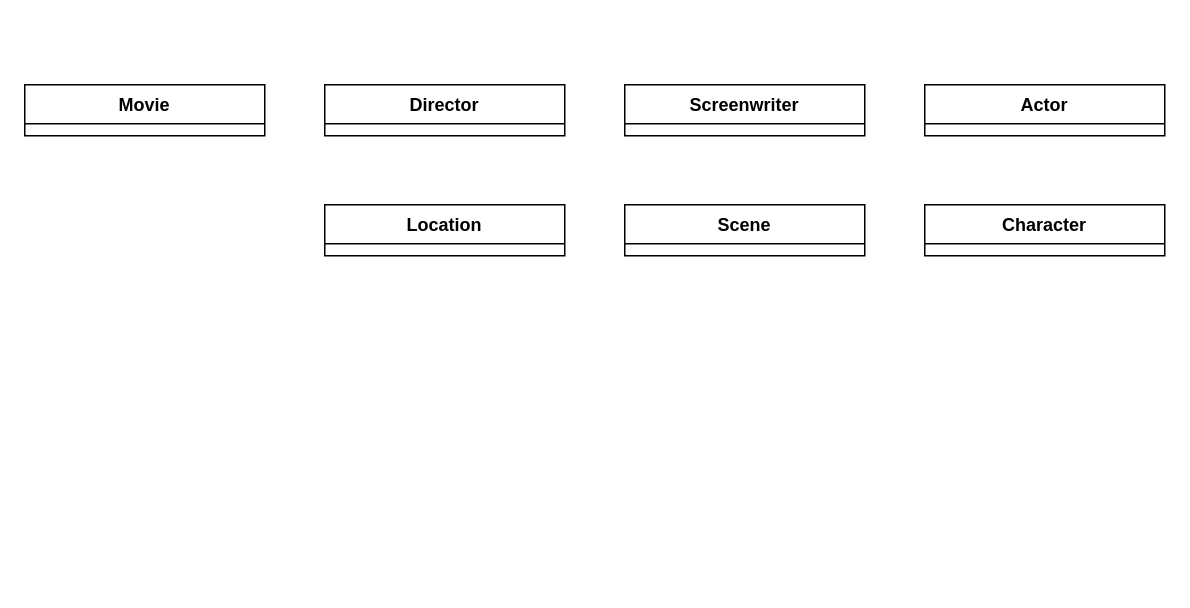
Above: hw3-UML-and-OCL/movie.drawio in jiriklepl/NTIN043 (draw.io), before the change. Source tidied: cells renumbered, new cells numbered last; positions are measured from the earlier drawing's top-left corner, leaving out a move shared by most shapes. Both pictures are drawn from the tidied source at 150%, with x=0, y=0 at pixel (24, 84).
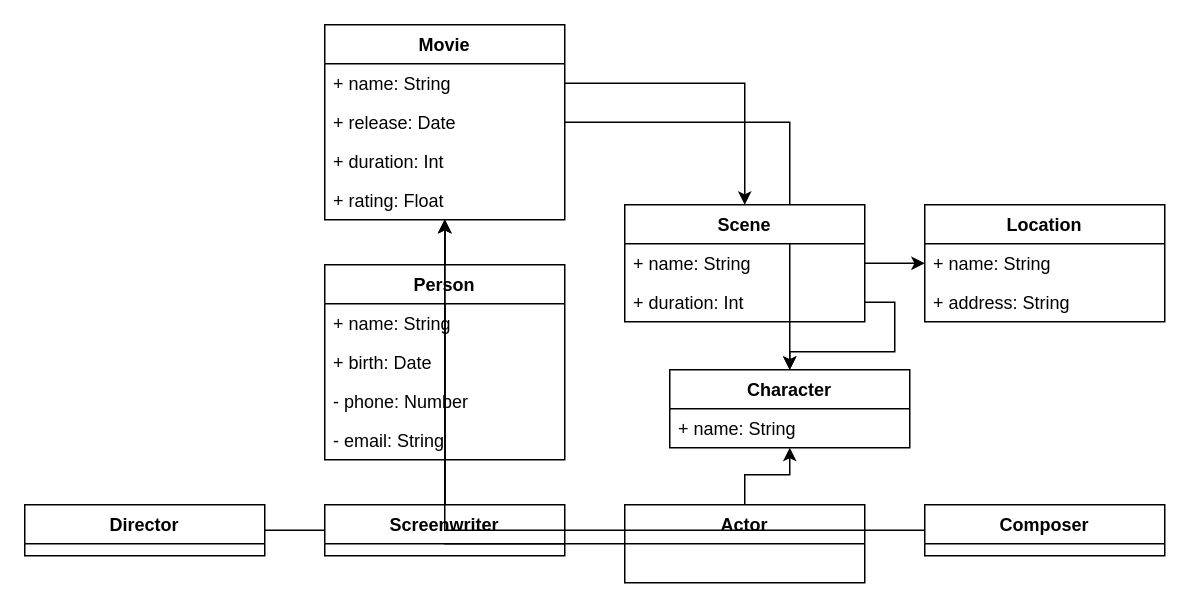
The same diagram, later.

Diff of the diagram source:
```diff
@@
+    <mxCell id="9" style="edgeStyle=orthogonalEdgeStyle;rounded=0;jettySize=auto;html=1;" parent="1" edge="1" source="2" target="6">
+      <mxGeometry relative="1" as="geometry" />
+    </mxCell>
     <mxCell id="2" value="Movie" style="swimlane;fontStyle=1;align=center;verticalAlign=top;horizontal=1;startSize=26;" parent="1" vertex="1">
-      <mxGeometry width="160" height="34" as="geometry" />
+      <mxGeometry x="200" y="-40" width="160" height="130" as="geometry" />
     </mxCell>
+    <mxCell id="10" value="+ name: String" style="text;strokeColor=none;fillColor=none;align=left;verticalAlign=top;spacingLeft=4;spacingRight=4;overflow=hidden;points=[[0,0.5],[1,0.5]];portConstraint=eastwest;" parent="2" vertex="1">
+      <mxGeometry y="26" width="160" height="26" as="geometry" />
+    </mxCell>
+    <mxCell id="11" value="+ release: Date" style="text;strokeColor=none;fillColor=none;align=left;verticalAlign=top;spacingLeft=4;spacingRight=4;overflow=hidden;" parent="2" vertex="1">
+      <mxGeometry y="52" width="160" height="26" as="geometry" />
+    </mxCell>
+    <mxCell id="12" value="+ duration: Int" style="text;strokeColor=none;fillColor=none;align=left;verticalAlign=top;spacingLeft=4;spacingRight=4;overflow=hidden;" parent="2" vertex="1">
+      <mxGeometry y="78" width="160" height="26" as="geometry" />
+    </mxCell>
+    <mxCell id="13" value="+ rating: Float" style="text;strokeColor=none;fillColor=none;align=left;verticalAlign=top;spacingLeft=4;spacingRight=4;overflow=hidden;" parent="2" vertex="1">
+      <mxGeometry y="104" width="160" height="26" as="geometry" />
+    </mxCell>
+    <mxCell id="14" style="edgeStyle=orthogonalEdgeStyle;rounded=0;jettySize=auto;html=1;" parent="1" edge="1" source="3" target="2">
+      <mxGeometry relative="1" as="geometry" />
+    </mxCell>
     <mxCell id="3" value="Director" style="swimlane;fontStyle=1;align=center;verticalAlign=top;horizontal=1;startSize=26;" parent="1" vertex="1">
-      <mxGeometry x="200" width="160" height="34" as="geometry" />
+      <mxGeometry y="280" width="160" height="34" as="geometry" />
     </mxCell>
-    <mxCell id="4" value="Screenwriter" style="swimlane;fontStyle=1;align=center;verticalAlign=top;horizontal=1;startSize=26;" parent="1" vertex="1">
-      <mxGeometry x="400" width="160" height="34" as="geometry" />
-    </mxCell>
+    <mxCell id="15" style="edgeStyle=orthogonalEdgeStyle;rounded=0;jettySize=auto;html=1;" parent="1" edge="1" source="5" target="6">
+      <mxGeometry relative="1" as="geometry" />
+    </mxCell>
+    <mxCell id="16" style="edgeStyle=orthogonalEdgeStyle;rounded=0;jettySize=auto;html=1;" parent="1" edge="1" source="5" target="2">
+      <mxGeometry relative="1" as="geometry" />
+    </mxCell>
     <mxCell id="5" value="Actor" style="swimlane;fontStyle=1;align=center;verticalAlign=top;horizontal=1;startSize=26;" parent="1" vertex="1">
-      <mxGeometry x="600" width="160" height="34" as="geometry" />
+      <mxGeometry x="400" y="280" width="160" height="52" as="geometry" />
     </mxCell>
     <mxCell id="6" value="Character" style="swimlane;fontStyle=1;align=center;verticalAlign=top;horizontal=1;startSize=26;" parent="1" vertex="1">
-      <mxGeometry x="600" y="80" width="160" height="34" as="geometry" />
+      <mxGeometry x="430" y="190" width="160" height="52" as="geometry" />
     </mxCell>
+    <mxCell id="17" value="+ name: String" style="text;strokeColor=none;fillColor=none;align=left;verticalAlign=top;spacingLeft=4;spacingRight=4;overflow=hidden;" parent="6" vertex="1">
+      <mxGeometry y="26" width="160" height="26" as="geometry" />
+    </mxCell>
     <mxCell id="7" value="Scene" style="swimlane;fontStyle=1;align=center;verticalAlign=top;horizontal=1;startSize=26;" parent="1" vertex="1">
-      <mxGeometry x="400" y="80" width="160" height="34" as="geometry" />
+      <mxGeometry x="400" y="80" width="160" height="78" as="geometry" />
     </mxCell>
+    <mxCell id="18" value="+ name: String" style="text;strokeColor=none;fillColor=none;align=left;verticalAlign=top;spacingLeft=4;spacingRight=4;overflow=hidden;points=[[0,0.5],[1,0.5]];portConstraint=eastwest;" parent="7" vertex="1">
+      <mxGeometry y="26" width="160" height="26" as="geometry" />
+    </mxCell>
+    <mxCell id="19" value="+ duration: Int" style="text;strokeColor=none;fillColor=none;align=left;verticalAlign=top;spacingLeft=4;spacingRight=4;overflow=hidden;points=[[0,0.5],[1,0.5]];portConstraint=eastwest;" parent="7" vertex="1">
+      <mxGeometry y="52" width="160" height="26" as="geometry" />
+    </mxCell>
     <mxCell id="8" value="Location" style="swimlane;fontStyle=1;align=center;verticalAlign=top;horizontal=1;startSize=26;" parent="1" vertex="1">
-      <mxGeometry x="200" y="80" width="160" height="34" as="geometry" />
+      <mxGeometry x="600" y="80" width="160" height="78" as="geometry" />
     </mxCell>
+    <mxCell id="20" value="+ name: String" style="text;strokeColor=none;fillColor=none;align=left;verticalAlign=top;spacingLeft=4;spacingRight=4;overflow=hidden;" parent="8" vertex="1">
+      <mxGeometry y="26" width="160" height="26" as="geometry" />
+    </mxCell>
+    <mxCell id="21" value="+ address: String" style="text;strokeColor=none;fillColor=none;align=left;verticalAlign=top;spacingLeft=4;spacingRight=4;overflow=hidden;" parent="8" vertex="1">
+      <mxGeometry y="52" width="160" height="26" as="geometry" />
+    </mxCell>
+    <mxCell id="22" value="Person" style="swimlane;fontStyle=1;align=center;verticalAlign=top;horizontal=1;startSize=26;" parent="1" vertex="1">
+      <mxGeometry x="200" y="120" width="160" height="130" as="geometry" />
+    </mxCell>
+    <mxCell id="23" value="+ name: String" style="text;strokeColor=none;fillColor=none;align=left;verticalAlign=top;spacingLeft=4;spacingRight=4;overflow=hidden;" parent="22" vertex="1">
+      <mxGeometry y="26" width="160" height="26" as="geometry" />
+    </mxCell>
+    <mxCell id="24" value="+ birth: Date" style="text;strokeColor=none;fillColor=none;align=left;verticalAlign=top;spacingLeft=4;spacingRight=4;overflow=hidden;" parent="22" vertex="1">
+      <mxGeometry y="52" width="160" height="26" as="geometry" />
+    </mxCell>
+    <mxCell id="25" value="- phone: Number" style="text;strokeColor=none;fillColor=none;align=left;verticalAlign=top;spacingLeft=4;spacingRight=4;overflow=hidden;" parent="22" vertex="1">
+      <mxGeometry y="78" width="160" height="26" as="geometry" />
+    </mxCell>
+    <mxCell id="26" value="- email: String" style="text;strokeColor=none;fillColor=none;align=left;verticalAlign=top;spacingLeft=4;spacingRight=4;overflow=hidden;" parent="22" vertex="1">
+      <mxGeometry y="104" width="160" height="26" as="geometry" />
+    </mxCell>
+    <mxCell id="27" style="edgeStyle=orthogonalEdgeStyle;rounded=0;jettySize=auto;html=1;" parent="1" edge="1" source="4" target="2">
+      <mxGeometry relative="1" as="geometry" />
+    </mxCell>
+    <mxCell id="4" value="Screenwriter" style="swimlane;fontStyle=1;align=center;verticalAlign=top;horizontal=1;startSize=26;" parent="1" vertex="1">
+      <mxGeometry x="200" y="280" width="160" height="34" as="geometry" />
+    </mxCell>
+    <mxCell id="28" style="edgeStyle=orthogonalEdgeStyle;rounded=0;jettySize=auto;html=1;" parent="1" edge="1" source="29" target="2">
+      <mxGeometry relative="1" as="geometry" />
+    </mxCell>
+    <mxCell id="29" value="Composer" style="swimlane;fontStyle=1;align=center;verticalAlign=top;horizontal=1;startSize=26;" parent="1" vertex="1">
+      <mxGeometry x="600" y="280" width="160" height="34" as="geometry" />
+    </mxCell>
+    <mxCell id="30" style="edgeStyle=orthogonalEdgeStyle;rounded=0;jettySize=auto;html=1;" parent="1" edge="1" source="18" target="8">
+      <mxGeometry relative="1" as="geometry" />
+    </mxCell>
+    <mxCell id="31" style="edgeStyle=orthogonalEdgeStyle;rounded=0;jettySize=auto;html=1;" parent="1" edge="1" source="10" target="7">
+      <mxGeometry relative="1" as="geometry" />
+    </mxCell>
+    <mxCell id="32" style="edgeStyle=orthogonalEdgeStyle;rounded=0;jettySize=auto;html=1;" parent="1" edge="1" source="19" target="6">
+      <mxGeometry relative="1" as="geometry" />
+    </mxCell>
```
